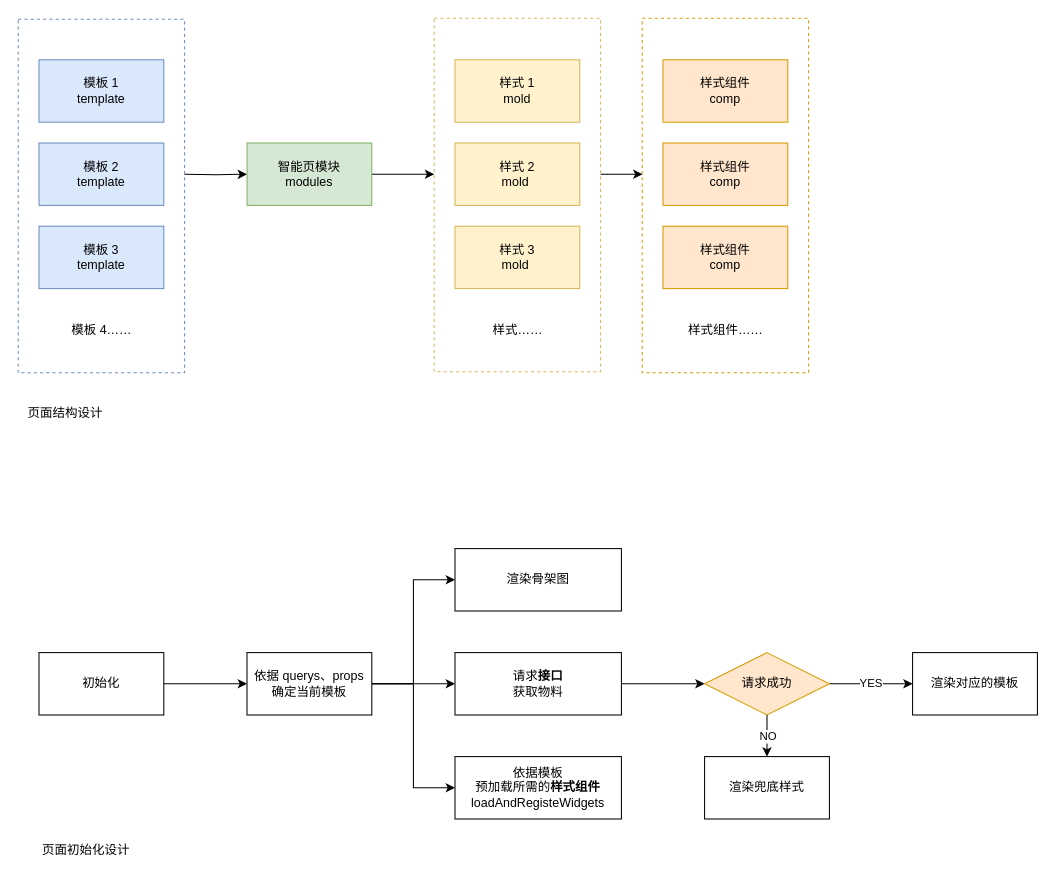
The draw.io diagram FC programmed landing page.drawio in qqqqqcy/processon, before the edit. Source tidied: cells renumbered, new cells numbered last; positions are measured from the earlier drawing's top-left corner, leaving out a move shared by most shapes. Both pictures are drawn from the tidied source at 104%, with x=0, y=0 at pixel (18, 18).
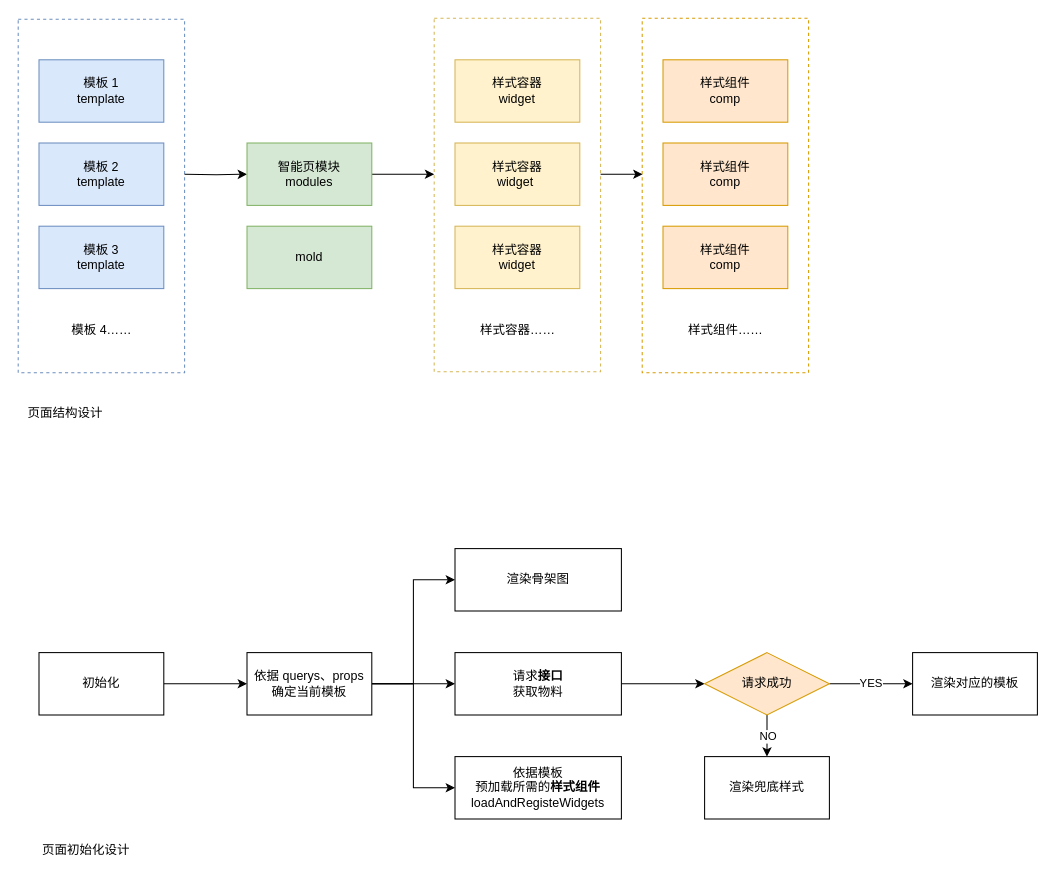
After the change.

What changed in the source:
```diff
@@
-    <mxCell id="10" value="样式 1&lt;br&gt;mold" style="rounded=0;whiteSpace=wrap;html=1;fillColor=#fff2cc;strokeColor=#d6b656;" parent="1" vertex="1">
+    <mxCell id="10" value="样式容器&lt;br&gt;widget" style="rounded=0;whiteSpace=wrap;html=1;fillColor=#fff2cc;strokeColor=#d6b656;" parent="1" vertex="1">
       <mxGeometry x="420" y="40" width="120" height="60" as="geometry" />
     </mxCell>
-    <mxCell id="11" value="样式 2&lt;br&gt;mold&amp;nbsp;" style="rounded=0;whiteSpace=wrap;html=1;fillColor=#fff2cc;strokeColor=#d6b656;" parent="1" vertex="1">
+    <mxCell id="11" value="样式容器&lt;br&gt;widget&amp;nbsp;" style="rounded=0;whiteSpace=wrap;html=1;fillColor=#fff2cc;strokeColor=#d6b656;" parent="1" vertex="1">
       <mxGeometry x="420" y="120" width="120" height="60" as="geometry" />
     </mxCell>
-    <mxCell id="12" value="样式 3&lt;br&gt;mold&amp;nbsp;" style="rounded=0;whiteSpace=wrap;html=1;fillColor=#fff2cc;strokeColor=#d6b656;" parent="1" vertex="1">
+    <mxCell id="12" value="样式容器&lt;br&gt;widget" style="rounded=0;whiteSpace=wrap;html=1;fillColor=#fff2cc;strokeColor=#d6b656;" parent="1" vertex="1">
       <mxGeometry x="420" y="200" width="120" height="60" as="geometry" />
     </mxCell>
-    <mxCell id="13" value="样式……" style="text;html=1;align=center;verticalAlign=middle;strokeColor=none;fillColor=none;" parent="1" vertex="1">
-      <mxGeometry x="450" y="290" width="60" height="20" as="geometry" />
+    <mxCell id="13" value="&lt;span&gt;样式容器&lt;/span&gt;……" style="text;html=1;align=center;verticalAlign=middle;strokeColor=none;fillColor=none;" parent="1" vertex="1">
+      <mxGeometry x="435" y="290" width="90" height="20" as="geometry" />
     </mxCell>
@@
+    <mxCell id="39" value="mold" style="rounded=0;whiteSpace=wrap;html=1;fillColor=#d5e8d4;strokeColor=#82b366;" parent="1" vertex="1">
+      <mxGeometry x="220" y="200" width="120" height="60" as="geometry" />
+    </mxCell>
```
